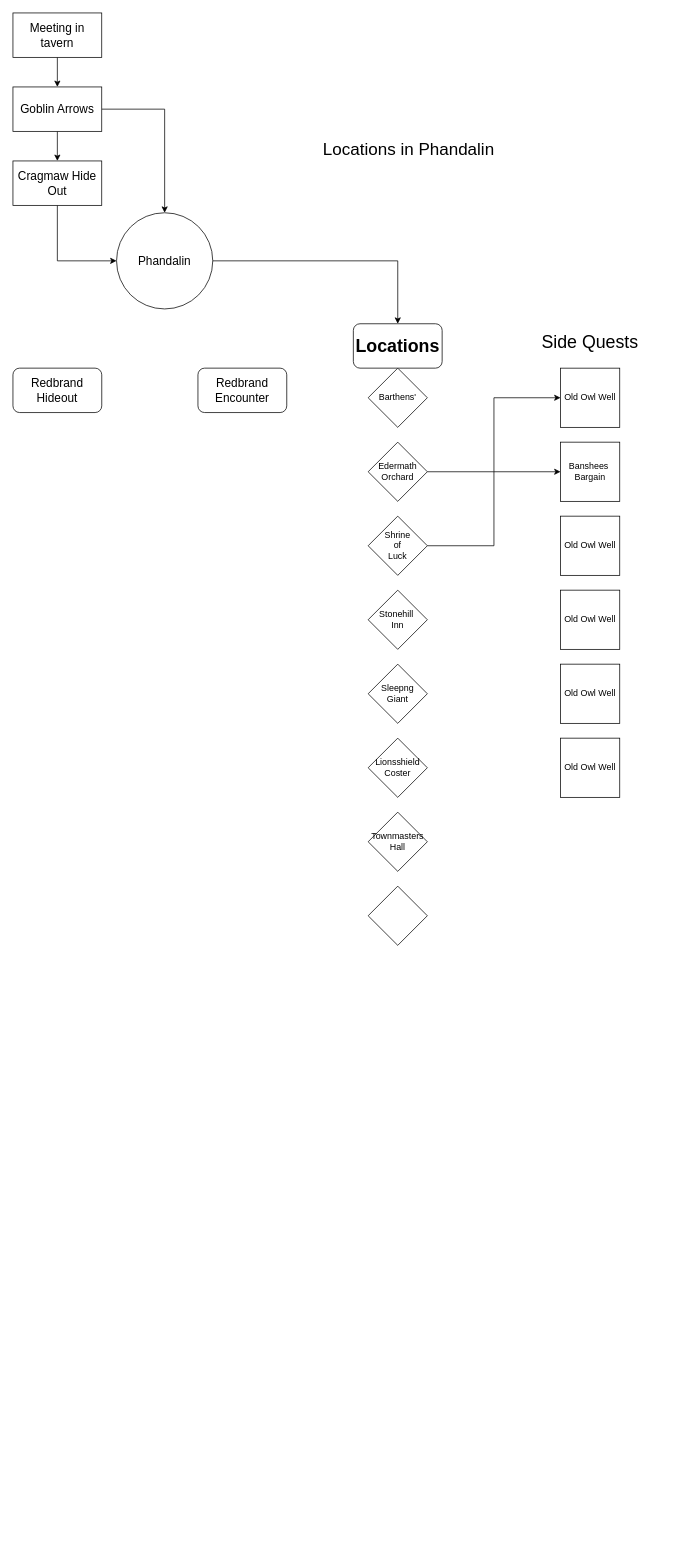
This is DndFlow.drawio from AndrewPSimmons/sveleteGame, a draw.io file, before an edit. Source tidied: cells renumbered, new cells numbered last; positions are measured from the earlier drawing's top-left corner, leaving out a move shared by most shapes. Both pictures are drawn from the tidied source at 74%, with x=0, y=0 at pixel (13, 13).
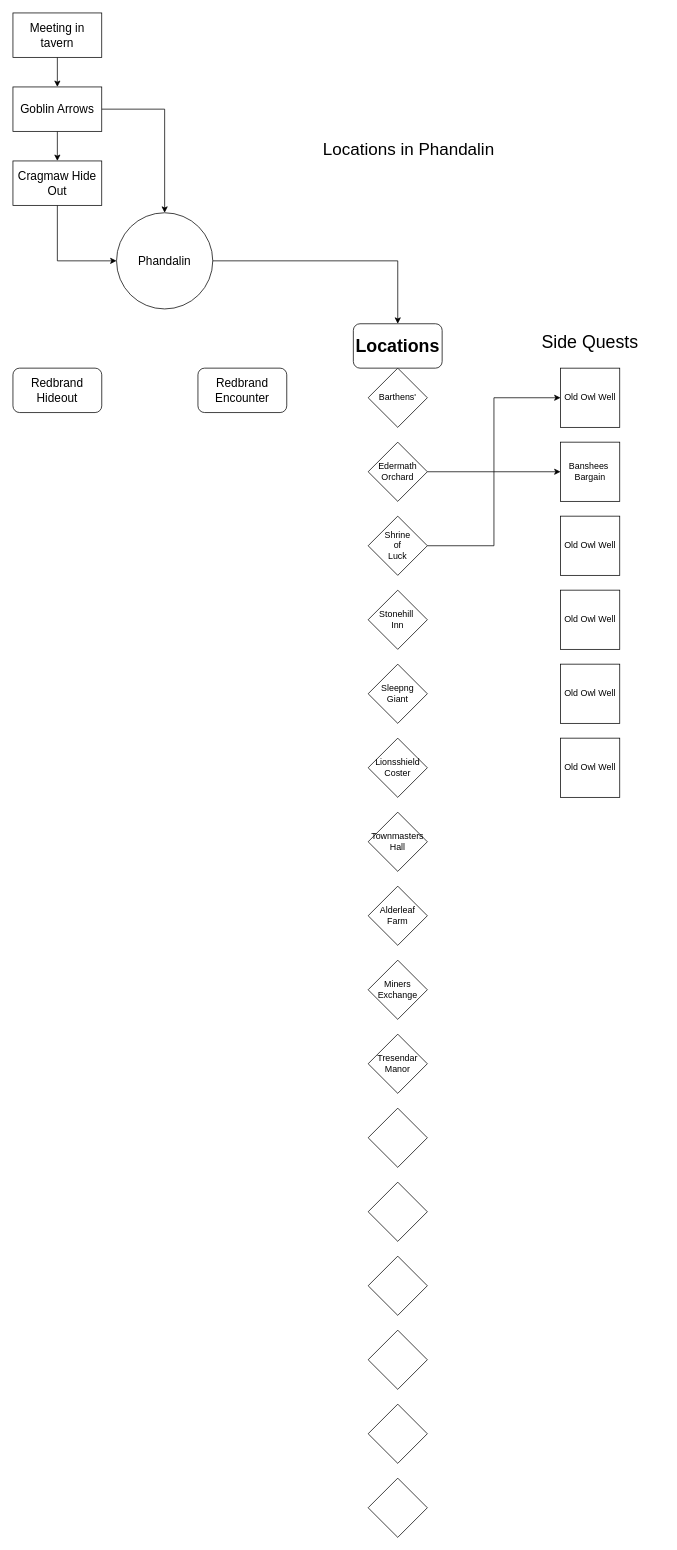
The same page after the edit.

Diff of the diagram source:
```diff
@@
-    <mxCell id="23" style="rhombus;whiteSpace=wrap;html=1;" parent="1" vertex="1">
+    <mxCell id="23" value="Alderleaf Farm" style="rhombus;whiteSpace=wrap;html=1;" parent="1" vertex="1">
       <mxGeometry x="480" y="1180" width="80" height="80" as="geometry" />
     </mxCell>
@@
+    <mxCell id="33" value="Miners&lt;div&gt;Exchange&lt;/div&gt;" style="rhombus;whiteSpace=wrap;html=1;" parent="1" vertex="1">
+      <mxGeometry x="480" y="1280" width="80" height="80" as="geometry" />
+    </mxCell>
+    <mxCell id="34" value="Tresendar&lt;div&gt;Manor&lt;/div&gt;" style="rhombus;whiteSpace=wrap;html=1;" parent="1" vertex="1">
+      <mxGeometry x="480" y="1380" width="80" height="80" as="geometry" />
+    </mxCell>
+    <mxCell id="35" style="rhombus;whiteSpace=wrap;html=1;" parent="1" vertex="1">
+      <mxGeometry x="480" y="1480" width="80" height="80" as="geometry" />
+    </mxCell>
+    <mxCell id="36" style="rhombus;whiteSpace=wrap;html=1;" parent="1" vertex="1">
+      <mxGeometry x="480" y="1580" width="80" height="80" as="geometry" />
+    </mxCell>
+    <mxCell id="37" style="rhombus;whiteSpace=wrap;html=1;" parent="1" vertex="1">
+      <mxGeometry x="480" y="1680" width="80" height="80" as="geometry" />
+    </mxCell>
+    <mxCell id="38" style="rhombus;whiteSpace=wrap;html=1;" parent="1" vertex="1">
+      <mxGeometry x="480" y="1780" width="80" height="80" as="geometry" />
+    </mxCell>
+    <mxCell id="39" style="rhombus;whiteSpace=wrap;html=1;" parent="1" vertex="1">
+      <mxGeometry x="480" y="1880" width="80" height="80" as="geometry" />
+    </mxCell>
+    <mxCell id="40" style="rhombus;whiteSpace=wrap;html=1;" parent="1" vertex="1">
+      <mxGeometry x="480" y="1980" width="80" height="80" as="geometry" />
+    </mxCell>
```
